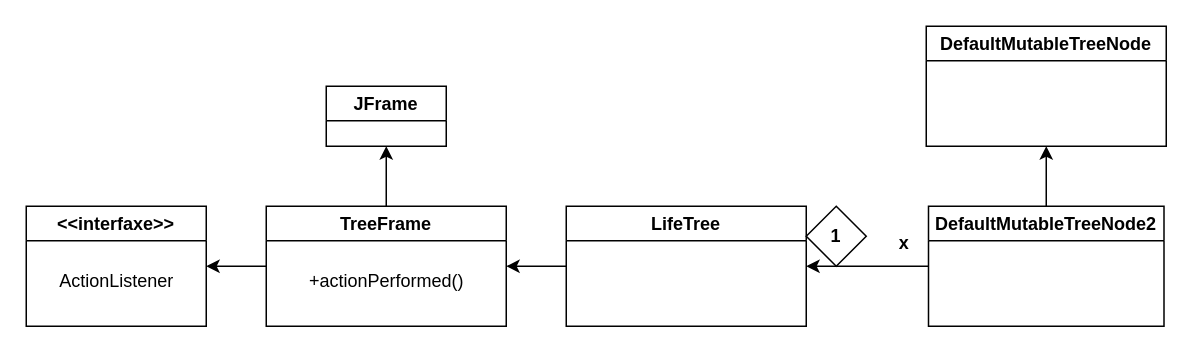
Earlier version of the draw.io diagram Laboration5/src/Diagram/UML - Diagram - LifeTree.drawio (Fluntin/Software-Engineering). Source tidied: cells renumbered, new cells numbered last; positions are measured from the earlier drawing's top-left corner, leaving out a move shared by most shapes. Both pictures are drawn from the tidied source at 150%, with x=0, y=0 at pixel (26, 26).
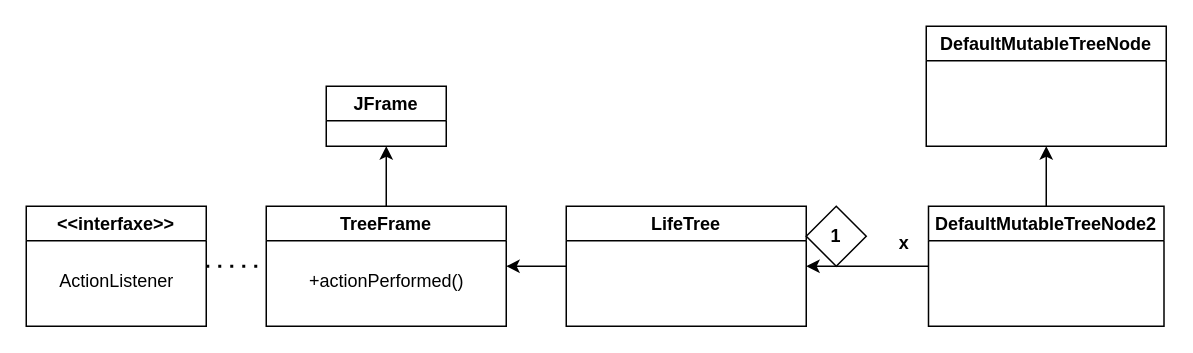
Above is the later version.

Change to the diagram source:
```diff
@@
 <mxGraphModel>
   <root>
     <mxCell id="0" />
     <mxCell id="1" parent="0" />
     <mxCell id="2" value="JFrame" style="swimlane;" parent="1" vertex="1">
       <mxGeometry x="200" y="40" width="80" height="40" as="geometry" />
     </mxCell>
     <mxCell id="3" value="&lt;&lt;interfaxe&gt;&gt;" style="swimlane;" parent="1" vertex="1">
       <mxGeometry y="120" width="120" height="80" as="geometry" />
     </mxCell>
     <mxCell id="4" value="ActionListener" style="text;html=1;align=center;verticalAlign=middle;strokeColor=none;fillColor=none;" parent="3" vertex="1">
       <mxGeometry x="10" y="35" width="100" height="30" as="geometry" />
     </mxCell>
-    <mxCell id="5" style="edgeStyle=orthogonalEdgeStyle;rounded=0;jettySize=auto;html=1;entryX=1;entryY=0.5;entryDx=0;entryDy=0;" parent="1" edge="1" source="7" target="3">
-      <mxGeometry relative="1" as="geometry" />
-    </mxCell>
     <mxCell id="6" style="edgeStyle=orthogonalEdgeStyle;rounded=0;jettySize=auto;html=1;entryX=0.5;entryY=1;entryDx=0;entryDy=0;" parent="1" edge="1" source="7" target="2">
       <mxGeometry relative="1" as="geometry" />
     </mxCell>
     <mxCell id="7" value="TreeFrame" style="swimlane;" parent="1" vertex="1">
       <mxGeometry x="160" y="120" width="160" height="80" as="geometry" />
     </mxCell>
     <mxCell id="8" value="+actionPerformed()" style="text;html=1;align=center;verticalAlign=middle;strokeColor=none;fillColor=none;" parent="7" vertex="1">
       <mxGeometry x="15" y="35" width="130" height="30" as="geometry" />
     </mxCell>
     <mxCell id="9" style="edgeStyle=orthogonalEdgeStyle;rounded=0;jettySize=auto;html=1;entryX=1;entryY=0.5;entryDx=0;entryDy=0;" parent="1" edge="1" source="10" target="7">
       <mxGeometry relative="1" as="geometry" />
     </mxCell>
     <mxCell id="10" value="LifeTree" style="swimlane;" parent="1" vertex="1">
       <mxGeometry x="360" y="120" width="160" height="80" as="geometry" />
     </mxCell>
     <mxCell id="11" style="edgeStyle=orthogonalEdgeStyle;rounded=0;jettySize=auto;html=1;entryX=1;entryY=0.5;entryDx=0;entryDy=0;" parent="1" edge="1" source="13" target="10">
       <mxGeometry relative="1" as="geometry" />
     </mxCell>
     <mxCell id="12" style="edgeStyle=orthogonalEdgeStyle;rounded=0;jettySize=auto;html=1;entryX=0.5;entryY=1;entryDx=0;entryDy=0;" parent="1" edge="1" source="13" target="14">
       <mxGeometry relative="1" as="geometry" />
     </mxCell>
     <mxCell id="13" value="DefaultMutableTreeNode2" style="swimlane;" parent="1" vertex="1">
       <mxGeometry x="601.5" y="120" width="157" height="80" as="geometry" />
     </mxCell>
     <mxCell id="14" value="DefaultMutableTreeNode" style="swimlane;startSize=23;" parent="1" vertex="1">
       <mxGeometry x="600" width="160" height="80" as="geometry" />
     </mxCell>
     <mxCell id="15" value="&lt;b&gt;1&lt;/b&gt;" style="rhombus;whiteSpace=wrap;html=1;" parent="1" vertex="1">
       <mxGeometry x="520" y="120" width="40" height="40" as="geometry" />
     </mxCell>
     <mxCell id="16" value="&lt;b&gt;x&lt;/b&gt;" style="text;html=1;align=center;verticalAlign=middle;strokeColor=none;fillColor=none;" parent="1" vertex="1">
       <mxGeometry x="570" y="130" width="30" height="30" as="geometry" />
     </mxCell>
+    <mxCell id="17" style="endArrow=none;dashed=1;html=1;dashPattern=1 3;strokeWidth=2;rounded=0;entryX=0;entryY=0.5;entryDx=0;entryDy=0;exitX=1;exitY=0.5;exitDx=0;exitDy=0;" parent="1" edge="1" source="3" target="7">
+      <mxGeometry relative="1" as="geometry" />
+    </mxCell>
   </root>
 </mxGraphModel>
```
